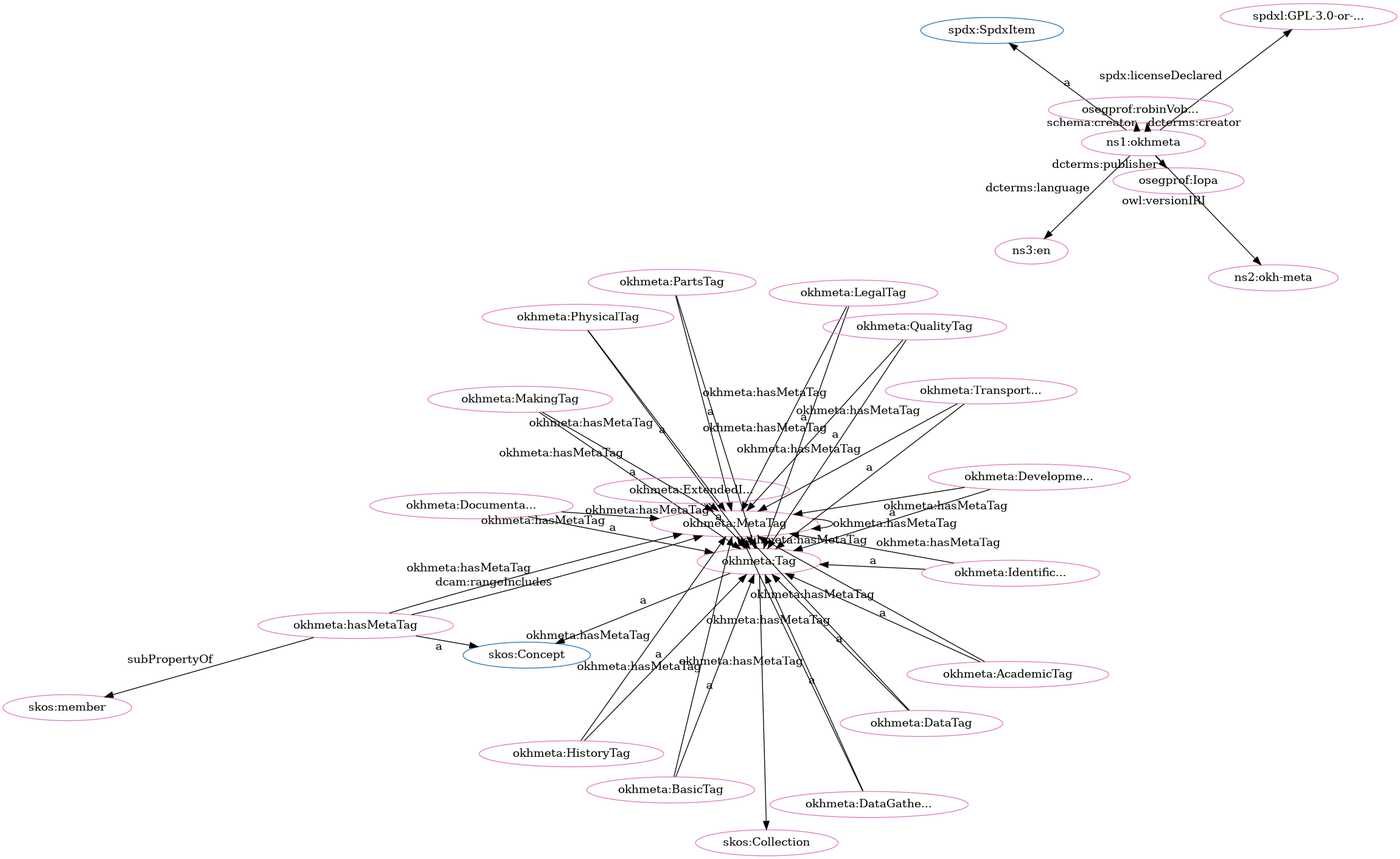
The Graphviz diagram src/spec/dot_okh-meta-clean.png in iop-alliance/OpenKnowHow, before a commit. Its source is kept beside it as src/spec/dot_okh-meta-clean.dot.
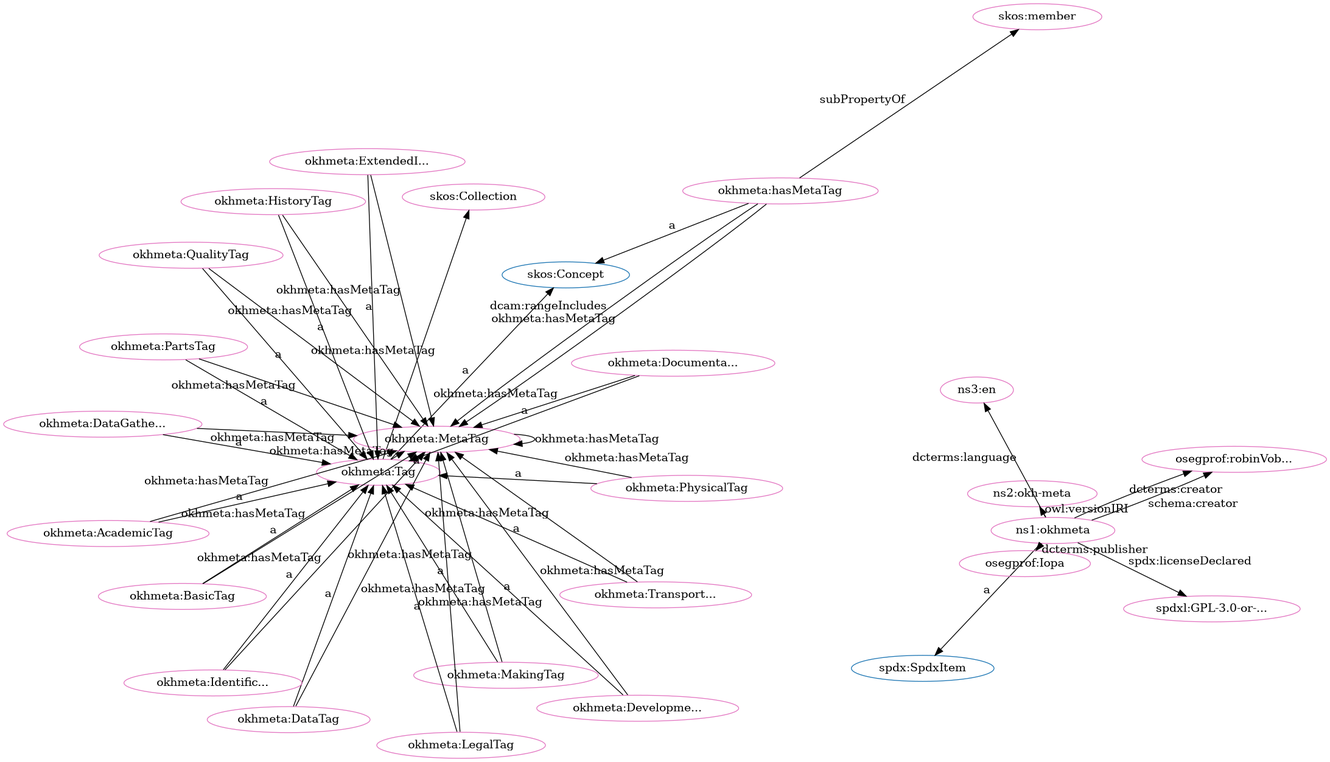
The same file after the commit.

Diff of the diagram source:
```diff
@@ -1,80 +1,80 @@
 digraph G {
   rankdir=BT
   node[height=.3]
+"http://www.w3.org/2004/02/skos/core#Collection" [fillcolor="#1f77b4" color="#1f77b4" label="skos:Collection"]
+"http://spdx.org/rdf/terms#SpdxItem" [fillcolor="#1f77b4" color="#1f77b4" label="spdx:SpdxItem"]
+"http://www.w3.org/2004/02/skos/core#Concept" [fillcolor="#1f77b4" color="#1f77b4" label="skos:Concept"]
 "http://w3id.org/oseg/ont/okhmeta#Tag" [fillcolor="#1f77b4" color="#1f77b4" label="okhmeta:Tag"]
-"http://www.w3.org/2004/02/skos/core#Collection" [fillcolor="#1f77b4" color="#1f77b4" label="skos:Collection"]
-"http://www.w3.org/2004/02/skos/core#Concept" [fillcolor="#1f77b4" color="#1f77b4" label="skos:Concept"]
-"http://spdx.org/rdf/terms#SpdxItem" [fillcolor="#1f77b4" color="#1f77b4" label="spdx:SpdxItem"]
+"http://w3id.org/oseg/ont/okhmeta" [fillcolor="#e377c2" color="#e377c2" label="ns1:okhmeta"]
+"http://w3id.org/oseg/ont/okhmeta#QualityTag" [fillcolor="#e377c2" color="#e377c2" label="okhmeta:QualityTag"]
+"http://spdx.org/licenses/GPL-3.0-or-later" [fillcolor="#e377c2" color="#e377c2" label="spdxl:GPL-3.0-or-..."]
+"http://w3id.org/oseg/ont/1.1.0/okh-meta" [fillcolor="#e377c2" color="#e377c2" label="ns2:okh-meta"]
 "http://w3id.org/oseg/ont/okhmeta#MetaTag" [fillcolor="#e377c2" color="#e377c2" label="okhmeta:MetaTag"]
-"http://spdx.org/licenses/GPL-3.0-or-later" [fillcolor="#e377c2" color="#e377c2" label="spdxl:GPL-3.0-or-..."]
+"http://w3id.org/oseg/ont/okhmeta#Tag" [fillcolor="#e377c2" color="#e377c2" label="okhmeta:Tag"]
+"http://w3id.org/oseg/ont/okhmeta#DataTag" [fillcolor="#e377c2" color="#e377c2" label="okhmeta:DataTag"]
+"http://w3id.org/oseg/ont/okhmeta#IdentificationTag" [fillcolor="#e377c2" color="#e377c2" label="okhmeta:Identific..."]
+"http://w3id.org/oseg/ont/okhmeta#MakingTag" [fillcolor="#e377c2" color="#e377c2" label="okhmeta:MakingTag"]
+"http://w3id.org/oseg/ont/okhmeta#LegalTag" [fillcolor="#e377c2" color="#e377c2" label="okhmeta:LegalTag"]
+"http://www.w3.org/2004/02/skos/core#member" [fillcolor="#e377c2" color="#e377c2" label="skos:member"]
+"http://w3id.org/oseg/ont/okhmeta#TransportationTag" [fillcolor="#e377c2" color="#e377c2" label="okhmeta:Transport..."]
+"http://w3id.org/oseg/ont/okhmeta#ExtendedInfoTag" [fillcolor="#e377c2" color="#e377c2" label="okhmeta:ExtendedI..."]
+"http://w3id.org/oseg/ont/oseg-profiles#robinVobruba" [fillcolor="#e377c2" color="#e377c2" label="osegprof:robinVob..."]
+"http://w3id.org/oseg/ont/okhmeta#DevelopmentTag" [fillcolor="#e377c2" color="#e377c2" label="okhmeta:Developme..."]
+"http://w3id.org/oseg/ont/okhmeta#DocumentationTag" [fillcolor="#e377c2" color="#e377c2" label="okhmeta:Documenta..."]
 "http://w3id.org/oseg/ont/okhmeta#hasMetaTag" [fillcolor="#e377c2" color="#e377c2" label="okhmeta:hasMetaTag"]
-"http://w3id.org/oseg/ont/okhmeta#MakingTag" [fillcolor="#e377c2" color="#e377c2" label="okhmeta:MakingTag"]
+"http://w3id.org/oseg/ont/okhmeta#PhysicalTag" [fillcolor="#e377c2" color="#e377c2" label="okhmeta:PhysicalTag"]
+"http://w3id.org/oseg/ont/okhmeta#BasicTag" [fillcolor="#e377c2" color="#e377c2" label="okhmeta:BasicTag"]
 "http://w3id.org/oseg/ont/okhmeta#HistoryTag" [fillcolor="#e377c2" color="#e377c2" label="okhmeta:HistoryTag"]
 "http://w3id.org/oseg/ont/okhmeta#DataGatheringTag" [fillcolor="#e377c2" color="#e377c2" label="okhmeta:DataGathe..."]
-"http://w3id.org/oseg/ont/okhmeta#BasicTag" [fillcolor="#e377c2" color="#e377c2" label="okhmeta:BasicTag"]
-"http://w3id.org/oseg/ont/okhmeta#DataTag" [fillcolor="#e377c2" color="#e377c2" label="okhmeta:DataTag"]
+"http://w3id.org/oseg/ont/okhmeta#PartsTag" [fillcolor="#e377c2" color="#e377c2" label="okhmeta:PartsTag"]
+"http://id.loc.gov/vocabulary/iso639-1/en" [fillcolor="#e377c2" color="#e377c2" label="ns3:en"]
+"http://www.w3.org/2004/02/skos/core#Collection" [fillcolor="#e377c2" color="#e377c2" label="skos:Collection"]
+"http://w3id.org/oseg/ont/okhmeta#AcademicTag" [fillcolor="#e377c2" color="#e377c2" label="okhmeta:AcademicTag"]
 "http://w3id.org/oseg/ont/oseg-profiles#Iopa" [fillcolor="#e377c2" color="#e377c2" label="osegprof:Iopa"]
-"http://w3id.org/oseg/ont/okhmeta#DocumentationTag" [fillcolor="#e377c2" color="#e377c2" label="okhmeta:Documenta..."]
-"http://w3id.org/oseg/ont/okhmeta" [fillcolor="#e377c2" color="#e377c2" label="ns1:okhmeta"]
-"http://w3id.org/oseg/ont/okhmeta#PhysicalTag" [fillcolor="#e377c2" color="#e377c2" label="okhmeta:PhysicalTag"]
-"http://w3id.org/oseg/ont/okhmeta#AcademicTag" [fillcolor="#e377c2" color="#e377c2" label="okhmeta:AcademicTag"]
-"http://w3id.org/oseg/ont/okhmeta#IdentificationTag" [fillcolor="#e377c2" color="#e377c2" label="okhmeta:Identific..."]
-"http://w3id.org/oseg/ont/1.1.0/okh-meta" [fillcolor="#e377c2" color="#e377c2" label="ns2:okh-meta"]
-"http://w3id.org/oseg/ont/oseg-profiles#robinVobruba" [fillcolor="#e377c2" color="#e377c2" label="osegprof:robinVob..."]
-"http://w3id.org/oseg/ont/okhmeta#PartsTag" [fillcolor="#e377c2" color="#e377c2" label="okhmeta:PartsTag"]
-"http://www.w3.org/2004/02/skos/core#Collection" [fillcolor="#e377c2" color="#e377c2" label="skos:Collection"]
-"http://w3id.org/oseg/ont/okhmeta#Tag" [fillcolor="#e377c2" color="#e377c2" label="okhmeta:Tag"]
-"http://w3id.org/oseg/ont/okhmeta#TransportationTag" [fillcolor="#e377c2" color="#e377c2" label="okhmeta:Transport..."]
-"http://id.loc.gov/vocabulary/iso639-1/en" [fillcolor="#e377c2" color="#e377c2" label="ns3:en"]
-"http://www.w3.org/2004/02/skos/core#member" [fillcolor="#e377c2" color="#e377c2" label="skos:member"]
-"http://w3id.org/oseg/ont/okhmeta#ExtendedInfoTag" [fillcolor="#e377c2" color="#e377c2" label="okhmeta:ExtendedI..."]
-"http://w3id.org/oseg/ont/okhmeta#LegalTag" [fillcolor="#e377c2" color="#e377c2" label="okhmeta:LegalTag"]
-"http://w3id.org/oseg/ont/okhmeta#DevelopmentTag" [fillcolor="#e377c2" color="#e377c2" label="okhmeta:Developme..."]
-"http://w3id.org/oseg/ont/okhmeta#QualityTag" [fillcolor="#e377c2" color="#e377c2" label="okhmeta:QualityTag"]
+  "http://w3id.org/oseg/ont/okhmeta#QualityTag" -> "http://w3id.org/oseg/ont/okhmeta#Tag" [label="a"]
+  "http://w3id.org/oseg/ont/okhmeta#hasMetaTag" -> "http://w3id.org/oseg/ont/okhmeta#MetaTag" [label="okhmeta:hasMetaTag"]
+  "http://w3id.org/oseg/ont/okhmeta#DataTag" -> "http://w3id.org/oseg/ont/okhmeta#Tag" [label="a"]
+  "http://w3id.org/oseg/ont/okhmeta#QualityTag" -> "http://w3id.org/oseg/ont/okhmeta#MetaTag" [label="okhmeta:hasMetaTag"]
+  "http://w3id.org/oseg/ont/okhmeta#ExtendedInfoTag" -> "http://w3id.org/oseg/ont/okhmeta#Tag" [label="a"]
+  "http://w3id.org/oseg/ont/okhmeta" -> "http://w3id.org/oseg/ont/oseg-profiles#robinVobruba" [label="dcterms:creator"]
+  "http://w3id.org/oseg/ont/okhmeta#ExtendedInfoTag" -> "http://w3id.org/oseg/ont/okhmeta#MetaTag" [label="okhmeta:hasMetaTag"]
+  "http://w3id.org/oseg/ont/okhmeta#DevelopmentTag" -> "http://w3id.org/oseg/ont/okhmeta#Tag" [label="a"]
+  "http://w3id.org/oseg/ont/okhmeta#DocumentationTag" -> "http://w3id.org/oseg/ont/okhmeta#Tag" [label="a"]
+  "http://w3id.org/oseg/ont/okhmeta#PhysicalTag" -> "http://w3id.org/oseg/ont/okhmeta#Tag" [label="a"]
+  "http://w3id.org/oseg/ont/okhmeta#MetaTag" -> "http://w3id.org/oseg/ont/okhmeta#Tag" [label="a"]
+  "http://w3id.org/oseg/ont/okhmeta#DevelopmentTag" -> "http://w3id.org/oseg/ont/okhmeta#MetaTag" [label="okhmeta:hasMetaTag"]
+  "http://w3id.org/oseg/ont/okhmeta#DocumentationTag" -> "http://w3id.org/oseg/ont/okhmeta#MetaTag" [label="okhmeta:hasMetaTag"]
+  "http://w3id.org/oseg/ont/okhmeta#PhysicalTag" -> "http://w3id.org/oseg/ont/okhmeta#MetaTag" [label="okhmeta:hasMetaTag"]
+  "http://w3id.org/oseg/ont/okhmeta#hasMetaTag" -> "http://www.w3.org/2004/02/skos/core#Concept" [label="a"]
+  "http://w3id.org/oseg/ont/okhmeta#DataGatheringTag" -> "http://w3id.org/oseg/ont/okhmeta#MetaTag" [label="okhmeta:hasMetaTag"]
+  "http://w3id.org/oseg/ont/okhmeta#DataGatheringTag" -> "http://w3id.org/oseg/ont/okhmeta#Tag" [label="a"]
+  "http://w3id.org/oseg/ont/okhmeta#DataTag" -> "http://w3id.org/oseg/ont/okhmeta#MetaTag" [label="okhmeta:hasMetaTag"]
+  "http://w3id.org/oseg/ont/okhmeta#PartsTag" -> "http://w3id.org/oseg/ont/okhmeta#Tag" [label="a"]
+  "http://w3id.org/oseg/ont/okhmeta#HistoryTag" -> "http://w3id.org/oseg/ont/okhmeta#MetaTag" [label="okhmeta:hasMetaTag"]
+  "http://w3id.org/oseg/ont/okhmeta#Tag" -> "http://www.w3.org/2004/02/skos/core#Collection" [label=""]
+  "http://w3id.org/oseg/ont/okhmeta#AcademicTag" -> "http://w3id.org/oseg/ont/okhmeta#MetaTag" [label="okhmeta:hasMetaTag"]
+  "http://w3id.org/oseg/ont/okhmeta#AcademicTag" -> "http://w3id.org/oseg/ont/okhmeta#Tag" [label="a"]
+  "http://w3id.org/oseg/ont/okhmeta#PartsTag" -> "http://w3id.org/oseg/ont/okhmeta#MetaTag" [label="okhmeta:hasMetaTag"]
+  "http://w3id.org/oseg/ont/okhmeta" -> "http://w3id.org/oseg/ont/oseg-profiles#Iopa" [label="dcterms:publisher"]
+  "http://w3id.org/oseg/ont/okhmeta" -> "http://spdx.org/rdf/terms#SpdxItem" [label="a"]
+  "http://w3id.org/oseg/ont/okhmeta" -> "http://spdx.org/licenses/GPL-3.0-or-later" [label="spdx:licenseDeclared"]
+  "http://w3id.org/oseg/ont/okhmeta" -> "http://w3id.org/oseg/ont/1.1.0/okh-meta" [label="owl:versionIRI"]
+  "http://w3id.org/oseg/ont/okhmeta#Tag" -> "http://www.w3.org/2004/02/skos/core#Concept" [label="a"]
+  "http://w3id.org/oseg/ont/okhmeta#IdentificationTag" -> "http://w3id.org/oseg/ont/okhmeta#MetaTag" [label="okhmeta:hasMetaTag"]
+  "http://w3id.org/oseg/ont/okhmeta#IdentificationTag" -> "http://w3id.org/oseg/ont/okhmeta#Tag" [label="a"]
+  "http://w3id.org/oseg/ont/okhmeta#MakingTag" -> "http://w3id.org/oseg/ont/okhmeta#Tag" [label="a"]
+  "http://w3id.org/oseg/ont/okhmeta#MetaTag" -> "http://w3id.org/oseg/ont/okhmeta#MetaTag" [label="okhmeta:hasMetaTag"]
+  "http://w3id.org/oseg/ont/okhmeta#MakingTag" -> "http://w3id.org/oseg/ont/okhmeta#MetaTag" [label="okhmeta:hasMetaTag"]
+  "http://w3id.org/oseg/ont/okhmeta#LegalTag" -> "http://w3id.org/oseg/ont/okhmeta#Tag" [label="a"]
+  "http://w3id.org/oseg/ont/okhmeta#hasMetaTag" -> "http://www.w3.org/2004/02/skos/core#member" [label="subPropertyOf"]
+  "http://w3id.org/oseg/ont/okhmeta#TransportationTag" -> "http://w3id.org/oseg/ont/okhmeta#Tag" [label="a"]
+  "http://w3id.org/oseg/ont/okhmeta#LegalTag" -> "http://w3id.org/oseg/ont/okhmeta#MetaTag" [label="okhmeta:hasMetaTag"]
+  "http://w3id.org/oseg/ont/okhmeta#TransportationTag" -> "http://w3id.org/oseg/ont/okhmeta#MetaTag" [label="okhmeta:hasMetaTag"]
+  "http://w3id.org/oseg/ont/okhmeta#Tag" -> "http://w3id.org/oseg/ont/okhmeta#MetaTag" [label="okhmeta:hasMetaTag"]
+  "http://w3id.org/oseg/ont/okhmeta#BasicTag" -> "http://w3id.org/oseg/ont/okhmeta#Tag" [label="a"]
+  "http://w3id.org/oseg/ont/okhmeta#hasMetaTag" -> "http://w3id.org/oseg/ont/okhmeta#MetaTag" [label="dcam:rangeIncludes"]
+  "http://w3id.org/oseg/ont/okhmeta#HistoryTag" -> "http://w3id.org/oseg/ont/okhmeta#Tag" [label="a"]
   "http://w3id.org/oseg/ont/okhmeta#BasicTag" -> "http://w3id.org/oseg/ont/okhmeta#MetaTag" [label="okhmeta:hasMetaTag"]
-  "http://w3id.org/oseg/ont/okhmeta#MetaTag" -> "http://w3id.org/oseg/ont/okhmeta#MetaTag" [label="okhmeta:hasMetaTag"]
-  "http://w3id.org/oseg/ont/okhmeta#ExtendedInfoTag" -> "http://w3id.org/oseg/ont/okhmeta#MetaTag" [label="okhmeta:hasMetaTag"]
-  "http://w3id.org/oseg/ont/okhmeta#HistoryTag" -> "http://w3id.org/oseg/ont/okhmeta#Tag" [label="a"]
-  "http://w3id.org/oseg/ont/okhmeta#DataGatheringTag" -> "http://w3id.org/oseg/ont/okhmeta#Tag" [label="a"]
-  "http://w3id.org/oseg/ont/okhmeta#AcademicTag" -> "http://w3id.org/oseg/ont/okhmeta#MetaTag" [label="okhmeta:hasMetaTag"]
-  "http://w3id.org/oseg/ont/okhmeta#DevelopmentTag" -> "http://w3id.org/oseg/ont/okhmeta#MetaTag" [label="okhmeta:hasMetaTag"]
-  "http://w3id.org/oseg/ont/okhmeta#BasicTag" -> "http://w3id.org/oseg/ont/okhmeta#Tag" [label="a"]
-  "http://w3id.org/oseg/ont/okhmeta" -> "http://w3id.org/oseg/ont/oseg-profiles#Iopa" [label="dcterms:publisher"]
-  "http://w3id.org/oseg/ont/okhmeta#MetaTag" -> "http://w3id.org/oseg/ont/okhmeta#Tag" [label="a"]
-  "http://w3id.org/oseg/ont/okhmeta#AcademicTag" -> "http://w3id.org/oseg/ont/okhmeta#Tag" [label="a"]
-  "http://w3id.org/oseg/ont/okhmeta#MakingTag" -> "http://w3id.org/oseg/ont/okhmeta#MetaTag" [label="okhmeta:hasMetaTag"]
-  "http://w3id.org/oseg/ont/okhmeta#hasMetaTag" -> "http://w3id.org/oseg/ont/okhmeta#MetaTag" [label="okhmeta:hasMetaTag"]
   "http://w3id.org/oseg/ont/okhmeta" -> "http://w3id.org/oseg/ont/oseg-profiles#robinVobruba" [label="schema:creator"]
-  "http://w3id.org/oseg/ont/okhmeta#PartsTag" -> "http://w3id.org/oseg/ont/okhmeta#Tag" [label="a"]
-  "http://w3id.org/oseg/ont/okhmeta" -> "http://w3id.org/oseg/ont/oseg-profiles#robinVobruba" [label="dcterms:creator"]
-  "http://w3id.org/oseg/ont/okhmeta#Tag" -> "http://www.w3.org/2004/02/skos/core#Collection" [label=""]
-  "http://w3id.org/oseg/ont/okhmeta#hasMetaTag" -> "http://www.w3.org/2004/02/skos/core#member" [label="subPropertyOf"]
-  "http://w3id.org/oseg/ont/okhmeta#Tag" -> "http://w3id.org/oseg/ont/okhmeta#MetaTag" [label="okhmeta:hasMetaTag"]
-  "http://w3id.org/oseg/ont/okhmeta#PhysicalTag" -> "http://w3id.org/oseg/ont/okhmeta#MetaTag" [label="okhmeta:hasMetaTag"]
-  "http://w3id.org/oseg/ont/okhmeta#ExtendedInfoTag" -> "http://w3id.org/oseg/ont/okhmeta#Tag" [label="a"]
-  "http://w3id.org/oseg/ont/okhmeta#IdentificationTag" -> "http://w3id.org/oseg/ont/okhmeta#MetaTag" [label="okhmeta:hasMetaTag"]
-  "http://w3id.org/oseg/ont/okhmeta#DevelopmentTag" -> "http://w3id.org/oseg/ont/okhmeta#Tag" [label="a"]
-  "http://w3id.org/oseg/ont/okhmeta#DataGatheringTag" -> "http://w3id.org/oseg/ont/okhmeta#MetaTag" [label="okhmeta:hasMetaTag"]
-  "http://w3id.org/oseg/ont/okhmeta" -> "http://spdx.org/licenses/GPL-3.0-or-later" [label="spdx:licenseDeclared"]
-  "http://w3id.org/oseg/ont/okhmeta#hasMetaTag" -> "http://www.w3.org/2004/02/skos/core#Concept" [label="a"]
-  "http://w3id.org/oseg/ont/okhmeta#MakingTag" -> "http://w3id.org/oseg/ont/okhmeta#Tag" [label="a"]
-  "http://w3id.org/oseg/ont/okhmeta#LegalTag" -> "http://w3id.org/oseg/ont/okhmeta#MetaTag" [label="okhmeta:hasMetaTag"]
-  "http://w3id.org/oseg/ont/okhmeta#DataTag" -> "http://w3id.org/oseg/ont/okhmeta#Tag" [label="a"]
-  "http://w3id.org/oseg/ont/okhmeta#DocumentationTag" -> "http://w3id.org/oseg/ont/okhmeta#Tag" [label="a"]
-  "http://w3id.org/oseg/ont/okhmeta#PartsTag" -> "http://w3id.org/oseg/ont/okhmeta#MetaTag" [label="okhmeta:hasMetaTag"]
-  "http://w3id.org/oseg/ont/okhmeta#PhysicalTag" -> "http://w3id.org/oseg/ont/okhmeta#Tag" [label="a"]
-  "http://w3id.org/oseg/ont/okhmeta" -> "http://spdx.org/rdf/terms#SpdxItem" [label="a"]
-  "http://w3id.org/oseg/ont/okhmeta#IdentificationTag" -> "http://w3id.org/oseg/ont/okhmeta#Tag" [label="a"]
-  "http://w3id.org/oseg/ont/okhmeta" -> "http://w3id.org/oseg/ont/1.1.0/okh-meta" [label="owl:versionIRI"]
-  "http://w3id.org/oseg/ont/okhmeta#TransportationTag" -> "http://w3id.org/oseg/ont/okhmeta#MetaTag" [label="okhmeta:hasMetaTag"]
-  "http://w3id.org/oseg/ont/okhmeta#HistoryTag" -> "http://w3id.org/oseg/ont/okhmeta#MetaTag" [label="okhmeta:hasMetaTag"]
-  "http://w3id.org/oseg/ont/okhmeta#TransportationTag" -> "http://w3id.org/oseg/ont/okhmeta#Tag" [label="a"]
-  "http://w3id.org/oseg/ont/okhmeta#Tag" -> "http://www.w3.org/2004/02/skos/core#Concept" [label="a"]
-  "http://w3id.org/oseg/ont/okhmeta#DocumentationTag" -> "http://w3id.org/oseg/ont/okhmeta#MetaTag" [label="okhmeta:hasMetaTag"]
   "http://w3id.org/oseg/ont/okhmeta" -> "http://id.loc.gov/vocabulary/iso639-1/en" [label="dcterms:language"]
-  "http://w3id.org/oseg/ont/okhmeta#QualityTag" -> "http://w3id.org/oseg/ont/okhmeta#MetaTag" [label="okhmeta:hasMetaTag"]
-  "http://w3id.org/oseg/ont/okhmeta#LegalTag" -> "http://w3id.org/oseg/ont/okhmeta#Tag" [label="a"]
-  "http://w3id.org/oseg/ont/okhmeta#hasMetaTag" -> "http://w3id.org/oseg/ont/okhmeta#MetaTag" [label="dcam:rangeIncludes"]
-  "http://w3id.org/oseg/ont/okhmeta#DataTag" -> "http://w3id.org/oseg/ont/okhmeta#MetaTag" [label="okhmeta:hasMetaTag"]
-  "http://w3id.org/oseg/ont/okhmeta#QualityTag" -> "http://w3id.org/oseg/ont/okhmeta#Tag" [label="a"]
 }
```
